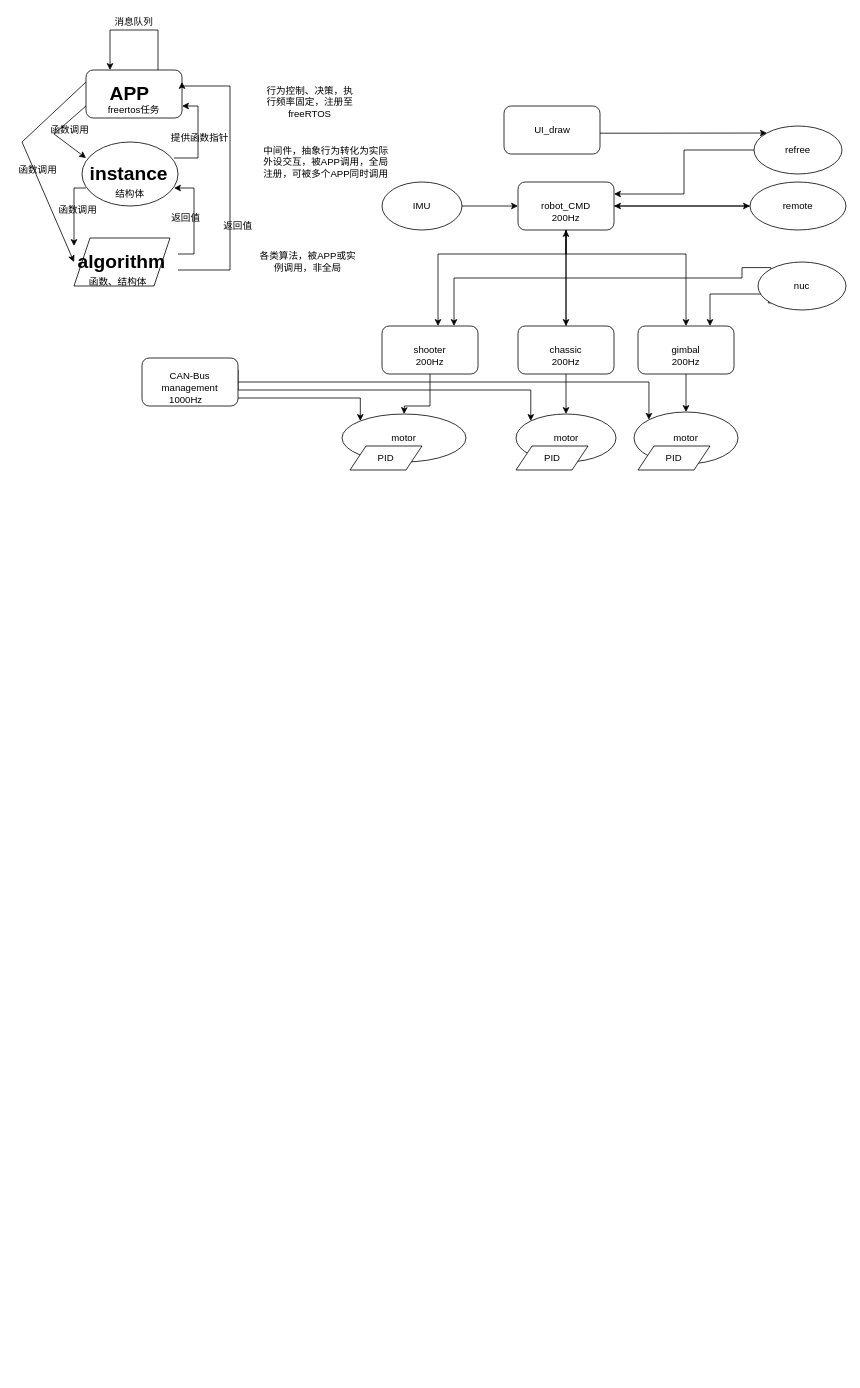
This is 电控程序结构.drawio from ssss-Minami/Learn, a draw.io file, before an edit. Source tidied: cells renumbered, new cells numbered last; positions are measured from the earlier drawing's top-left corner, leaving out a move shared by most shapes. Both pictures are drawn from the tidied source at 80%, with x=0, y=0 at pixel (14, 14).
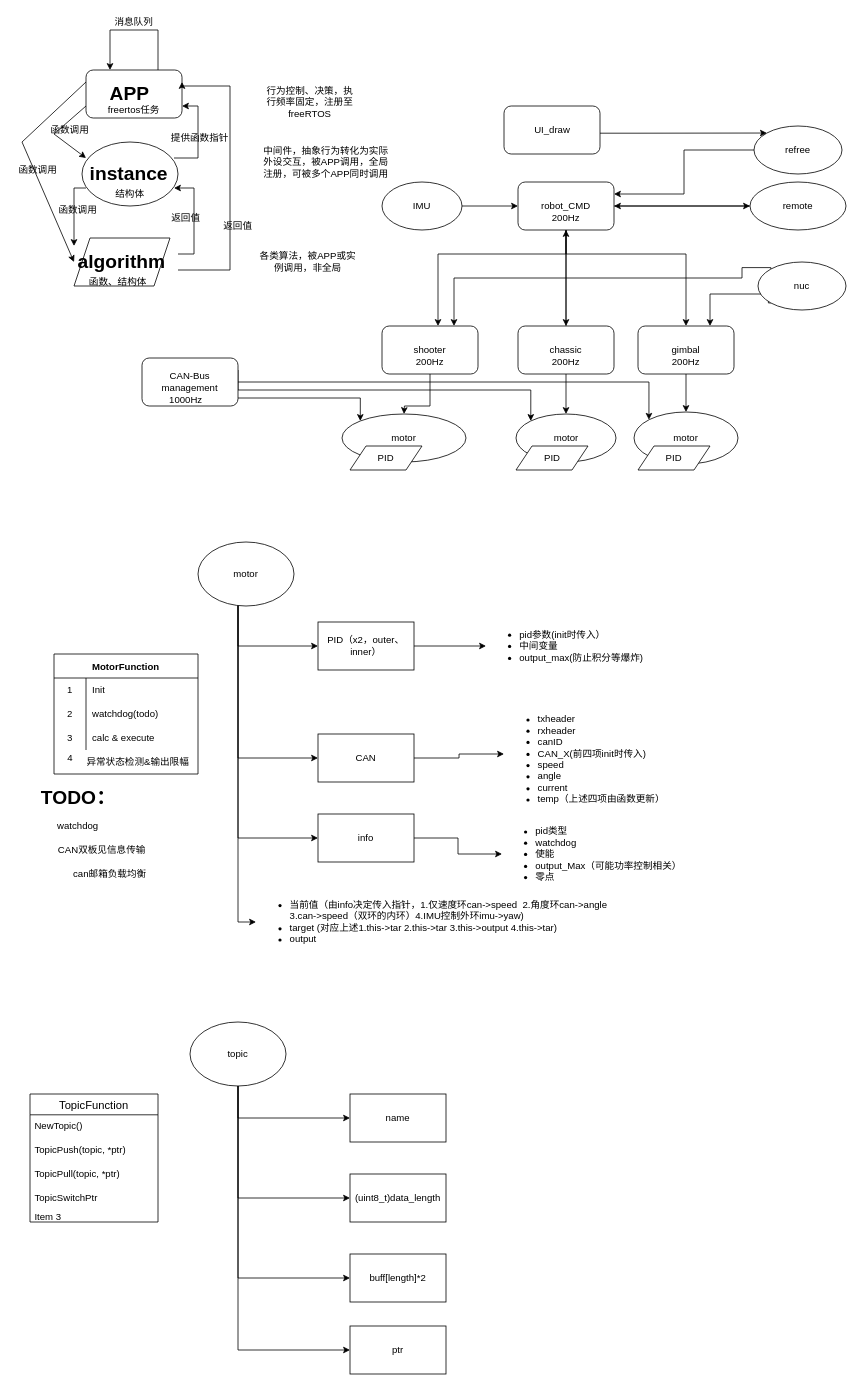
The same page after the edit.

What changed in the source:
```diff
@@
+    <mxCell id="66" style="edgeStyle=orthogonalEdgeStyle;rounded=0;jettySize=auto;html=1;entryX=0;entryY=0.5;entryDx=0;entryDy=0;" parent="1" edge="1" source="70" target="72">
+      <mxGeometry relative="1" as="geometry">
+        <Array as="points">
+          <mxPoint x="280" y="790" />
+        </Array>
+      </mxGeometry>
+    </mxCell>
+    <mxCell id="67" style="edgeStyle=orthogonalEdgeStyle;rounded=0;jettySize=auto;html=1;entryX=0;entryY=0.5;entryDx=0;entryDy=0;" parent="1" edge="1" source="70" target="74">
+      <mxGeometry relative="1" as="geometry">
+        <Array as="points">
+          <mxPoint x="280" y="930" />
+        </Array>
+      </mxGeometry>
+    </mxCell>
+    <mxCell id="68" style="edgeStyle=orthogonalEdgeStyle;rounded=0;jettySize=auto;html=1;entryX=0;entryY=0.5;entryDx=0;entryDy=0;" parent="1" edge="1" source="70" target="76">
+      <mxGeometry relative="1" as="geometry">
+        <Array as="points">
+          <mxPoint x="280" y="1030" />
+        </Array>
+      </mxGeometry>
+    </mxCell>
+    <mxCell id="69" style="edgeStyle=orthogonalEdgeStyle;rounded=0;jettySize=auto;html=1;entryX=0;entryY=0.5;entryDx=0;entryDy=0;" parent="1" edge="1" source="70" target="80">
+      <mxGeometry relative="1" as="geometry">
+        <Array as="points">
+          <mxPoint x="280" y="1135" />
+        </Array>
+      </mxGeometry>
+    </mxCell>
+    <mxCell id="70" value="motor" style="ellipse;whiteSpace=wrap;html=1;" parent="1" vertex="1">
+      <mxGeometry x="230" y="660" width="120" height="80" as="geometry" />
+    </mxCell>
+    <mxCell id="71" style="edgeStyle=orthogonalEdgeStyle;rounded=0;jettySize=auto;html=1;" parent="1" edge="1" source="72" target="77">
+      <mxGeometry relative="1" as="geometry" />
+    </mxCell>
+    <mxCell id="72" value="PID（x2，outer、inner）" style="rounded=0;whiteSpace=wrap;html=1;" parent="1" vertex="1">
+      <mxGeometry x="380" y="760" width="120" height="60" as="geometry" />
+    </mxCell>
+    <mxCell id="73" style="edgeStyle=orthogonalEdgeStyle;rounded=0;jettySize=auto;html=1;" parent="1" edge="1" source="74" target="78">
+      <mxGeometry relative="1" as="geometry" />
+    </mxCell>
+    <mxCell id="74" value="CAN" style="rounded=0;whiteSpace=wrap;html=1;" parent="1" vertex="1">
+      <mxGeometry x="380" y="900" width="120" height="60" as="geometry" />
+    </mxCell>
+    <mxCell id="75" style="edgeStyle=orthogonalEdgeStyle;rounded=0;jettySize=auto;html=1;" parent="1" edge="1" source="76" target="79">
+      <mxGeometry relative="1" as="geometry" />
+    </mxCell>
+    <mxCell id="76" value="info" style="rounded=0;whiteSpace=wrap;html=1;" parent="1" vertex="1">
+      <mxGeometry x="380" y="1000" width="120" height="60" as="geometry" />
+    </mxCell>
+    <mxCell id="77" value="&lt;ul&gt;&lt;li&gt;pid参数(init时传入）&lt;/li&gt;&lt;li&gt;中间变量&lt;/li&gt;&lt;li&gt;output_max(防止积分等爆炸)&lt;/li&gt;&lt;/ul&gt;" style="text;strokeColor=none;fillColor=none;html=1;whiteSpace=wrap;verticalAlign=middle;overflow=hidden;" parent="1" vertex="1">
+      <mxGeometry x="590" y="735" width="380" height="110" as="geometry" />
+    </mxCell>
+    <mxCell id="78" value="&lt;ul&gt;&lt;li&gt;txheader&lt;/li&gt;&lt;li&gt;rxheader&lt;/li&gt;&lt;li&gt;canID&lt;/li&gt;&lt;li&gt;CAN_X(前四项init时传入)&lt;/li&gt;&lt;li&gt;speed&lt;/li&gt;&lt;li&gt;angle&lt;/li&gt;&lt;li&gt;current&lt;/li&gt;&lt;li&gt;temp（上述四项由函数更新）&lt;/li&gt;&lt;/ul&gt;" style="text;strokeColor=none;fillColor=none;html=1;whiteSpace=wrap;verticalAlign=middle;overflow=hidden;" parent="1" vertex="1">
+      <mxGeometry x="612.5" y="860" width="407.5" height="130" as="geometry" />
+    </mxCell>
+    <mxCell id="79" value="&lt;ul&gt;&lt;li&gt;pid类型&lt;/li&gt;&lt;li&gt;watchdog&lt;/li&gt;&lt;li&gt;使能&lt;/li&gt;&lt;li&gt;output_Max（可能功率控制相关）&lt;/li&gt;&lt;li&gt;零点&lt;/li&gt;&lt;/ul&gt;" style="text;strokeColor=none;fillColor=none;html=1;whiteSpace=wrap;verticalAlign=middle;overflow=hidden;" parent="1" vertex="1">
+      <mxGeometry x="610" y="1000" width="410" height="100" as="geometry" />
+    </mxCell>
+    <mxCell id="80" value="&lt;ul&gt;&lt;li&gt;当前值（由info决定传入指针，1.仅速度环can-&amp;gt;speed&amp;nbsp; 2.角度环can-&amp;gt;angle 3.can-&amp;gt;speed（双环的内环）4.IMU控制外环imu-&amp;gt;yaw)&lt;/li&gt;&lt;li&gt;target (对应上述1.this-&amp;gt;tar 2.this-&amp;gt;tar 3.this-&amp;gt;output 4.this-&amp;gt;tar)&lt;/li&gt;&lt;li&gt;output&lt;/li&gt;&lt;/ul&gt;" style="text;strokeColor=none;fillColor=none;html=1;whiteSpace=wrap;verticalAlign=middle;overflow=hidden;" parent="1" vertex="1">
+      <mxGeometry x="302.5" y="1080" width="450" height="110" as="geometry" />
+    </mxCell>
+    <mxCell id="81" value="MotorFunction" style="shape=table;startSize=30;childLayout=tableLayout;rowLines=0;fontStyle=1;" parent="1" vertex="1">
+      <mxGeometry x="50" y="800" width="180" height="150" as="geometry" />
+    </mxCell>
+    <mxCell id="82" style="shape=tableRow;horizontal=0;startSize=0;swimlaneHead=0;swimlaneBody=0;top=0;left=0;bottom=0;right=0;fillColor=none;" parent="81" vertex="1">
+      <mxGeometry y="30" width="180" height="30" as="geometry" />
+    </mxCell>
+    <mxCell id="83" value="1" style="shape=partialRectangle;html=1;whiteSpace=wrap;fillColor=none;top=0;left=0;bottom=0;right=0;overflow=hidden;" parent="82" vertex="1">
+      <mxGeometry width="40" height="30" as="geometry" />
+    </mxCell>
+    <mxCell id="84" value="Init" style="shape=partialRectangle;html=1;whiteSpace=wrap;fillColor=none;top=0;left=0;bottom=0;right=0;align=left;spacingLeft=6;overflow=hidden;" parent="82" vertex="1">
+      <mxGeometry x="40" width="140" height="30" as="geometry" />
+    </mxCell>
+    <mxCell id="85" style="shape=tableRow;horizontal=0;startSize=0;swimlaneHead=0;swimlaneBody=0;top=0;left=0;bottom=0;right=0;fillColor=none;" parent="81" vertex="1">
+      <mxGeometry y="60" width="180" height="30" as="geometry" />
+    </mxCell>
+    <mxCell id="86" value="2" style="shape=partialRectangle;html=1;whiteSpace=wrap;fillColor=none;top=0;left=0;bottom=0;right=0;overflow=hidden;" parent="85" vertex="1">
+      <mxGeometry width="40" height="30" as="geometry" />
+    </mxCell>
+    <mxCell id="87" value="watchdog(todo)" style="shape=partialRectangle;html=1;whiteSpace=wrap;fillColor=none;top=0;left=0;bottom=0;right=0;align=left;spacingLeft=6;overflow=hidden;" parent="85" vertex="1">
+      <mxGeometry x="40" width="140" height="30" as="geometry" />
+    </mxCell>
+    <mxCell id="88" style="shape=tableRow;horizontal=0;startSize=0;swimlaneHead=0;swimlaneBody=0;top=0;left=0;bottom=0;right=0;fillColor=none;" parent="81" vertex="1">
+      <mxGeometry y="90" width="180" height="30" as="geometry" />
+    </mxCell>
+    <mxCell id="89" value="3" style="shape=partialRectangle;html=1;whiteSpace=wrap;fillColor=none;top=0;left=0;bottom=0;right=0;overflow=hidden;" parent="88" vertex="1">
+      <mxGeometry width="40" height="30" as="geometry" />
+    </mxCell>
+    <mxCell id="90" value="calc &amp;amp; execute&lt;br&gt;" style="shape=partialRectangle;html=1;whiteSpace=wrap;fillColor=none;top=0;left=0;bottom=0;right=0;align=left;spacingLeft=6;overflow=hidden;" parent="88" vertex="1">
+      <mxGeometry x="40" width="140" height="30" as="geometry" />
+    </mxCell>
+    <mxCell id="91" value="4" style="text;html=1;align=center;verticalAlign=middle;strokeColor=none;fillColor=none;" parent="1" vertex="1">
+      <mxGeometry x="55" y="915" width="30" height="30" as="geometry" />
+    </mxCell>
+    <mxCell id="92" value="异常状态检测&amp;amp;输出限幅" style="text;html=1;strokeColor=none;fillColor=none;align=center;verticalAlign=middle;whiteSpace=wrap;rounded=0;" parent="1" vertex="1">
+      <mxGeometry x="90" y="920" width="130" height="30" as="geometry" />
+    </mxCell>
+    <mxCell id="93" value="CAN双板见信息传输" style="text;html=1;strokeColor=none;fillColor=none;align=center;verticalAlign=middle;whiteSpace=wrap;rounded=0;" parent="1" vertex="1">
+      <mxGeometry x="35" y="1030" width="150" height="30" as="geometry" />
+    </mxCell>
+    <mxCell id="94" value="TODO：" style="text;strokeColor=none;fillColor=none;html=1;fontSize=24;fontStyle=1;verticalAlign=middle;align=center;" parent="1" vertex="1">
+      <mxGeometry x="30" y="960" width="100" height="40" as="geometry" />
+    </mxCell>
+    <mxCell id="95" value="watchdog" style="text;html=1;strokeColor=none;fillColor=none;align=center;verticalAlign=middle;whiteSpace=wrap;rounded=0;" parent="1" vertex="1">
+      <mxGeometry x="50" y="1000" width="60" height="30" as="geometry" />
+    </mxCell>
+    <mxCell id="96" value="can邮箱负载均衡" style="text;html=1;strokeColor=none;fillColor=none;align=center;verticalAlign=middle;whiteSpace=wrap;rounded=0;" parent="1" vertex="1">
+      <mxGeometry x="50" y="1060" width="140" height="30" as="geometry" />
+    </mxCell>
+    <mxCell id="97" style="edgeStyle=orthogonalEdgeStyle;rounded=0;jettySize=auto;html=1;entryX=0;entryY=0.5;entryDx=0;entryDy=0;" parent="1" edge="1" source="101" target="102">
+      <mxGeometry relative="1" as="geometry">
+        <Array as="points">
+          <mxPoint x="280" y="1380" />
+        </Array>
+      </mxGeometry>
+    </mxCell>
+    <mxCell id="98" style="edgeStyle=orthogonalEdgeStyle;rounded=0;jettySize=auto;html=1;entryX=0;entryY=0.5;entryDx=0;entryDy=0;" parent="1" edge="1" source="101" target="103">
+      <mxGeometry relative="1" as="geometry">
+        <Array as="points">
+          <mxPoint x="280" y="1480" />
+        </Array>
+      </mxGeometry>
+    </mxCell>
+    <mxCell id="99" style="edgeStyle=orthogonalEdgeStyle;rounded=0;jettySize=auto;html=1;entryX=0;entryY=0.5;entryDx=0;entryDy=0;" parent="1" edge="1" source="101" target="104">
+      <mxGeometry relative="1" as="geometry">
+        <Array as="points">
+          <mxPoint x="280" y="1580" />
+        </Array>
+      </mxGeometry>
+    </mxCell>
+    <mxCell id="100" style="edgeStyle=orthogonalEdgeStyle;rounded=0;jettySize=auto;html=1;entryX=0;entryY=0.5;entryDx=0;entryDy=0;" parent="1" edge="1" source="101" target="105">
+      <mxGeometry relative="1" as="geometry">
+        <Array as="points">
+          <mxPoint x="280" y="1670" />
+        </Array>
+      </mxGeometry>
+    </mxCell>
+    <mxCell id="101" value="topic" style="ellipse;whiteSpace=wrap;html=1;" parent="1" vertex="1">
+      <mxGeometry x="220" y="1260" width="120" height="80" as="geometry" />
+    </mxCell>
+    <mxCell id="102" value="name" style="rounded=0;whiteSpace=wrap;html=1;" parent="1" vertex="1">
+      <mxGeometry x="420" y="1350" width="120" height="60" as="geometry" />
+    </mxCell>
+    <mxCell id="103" value="(uint8_t)data_length" style="rounded=0;whiteSpace=wrap;html=1;" parent="1" vertex="1">
+      <mxGeometry x="420" y="1450" width="120" height="60" as="geometry" />
+    </mxCell>
+    <mxCell id="104" value="buff[length]*2" style="rounded=0;whiteSpace=wrap;html=1;" parent="1" vertex="1">
+      <mxGeometry x="420" y="1550" width="120" height="60" as="geometry" />
+    </mxCell>
+    <mxCell id="105" value="ptr" style="rounded=0;whiteSpace=wrap;html=1;" parent="1" vertex="1">
+      <mxGeometry x="420" y="1640" width="120" height="60" as="geometry" />
+    </mxCell>
+    <mxCell id="106" value="TopicFunction" style="swimlane;fontStyle=0;horizontal=1;startSize=26;align=center;fontSize=14;" parent="1" vertex="1">
+      <mxGeometry x="20" y="1350" width="160" height="160" as="geometry" />
+    </mxCell>
+    <mxCell id="107" value="NewTopic()" style="text;strokeColor=none;fillColor=none;spacingLeft=4;spacingRight=4;overflow=hidden;fontSize=12;" parent="106" vertex="1">
+      <mxGeometry y="26" width="160" height="30" as="geometry" />
+    </mxCell>
+    <mxCell id="108" value="TopicPush(topic, *ptr)" style="text;strokeColor=none;fillColor=none;spacingLeft=4;spacingRight=4;overflow=hidden;fontSize=12;" parent="106" vertex="1">
+      <mxGeometry y="56" width="160" height="30" as="geometry" />
+    </mxCell>
+    <mxCell id="109" value="TopicPull(topic, *ptr)" style="text;strokeColor=none;fillColor=none;spacingLeft=4;spacingRight=4;overflow=hidden;fontSize=12;" parent="106" vertex="1">
+      <mxGeometry y="86" width="160" height="74" as="geometry" />
+    </mxCell>
+    <mxCell id="110" value="TopicSwitchPtr" style="text;strokeColor=none;fillColor=none;spacingLeft=4;spacingRight=4;overflow=hidden;fontSize=12;" parent="1" vertex="1">
+      <mxGeometry x="20" y="1466" width="160" height="30" as="geometry" />
+    </mxCell>
+    <mxCell id="111" value="Item 3" style="text;strokeColor=none;fillColor=none;spacingLeft=4;spacingRight=4;overflow=hidden;fontSize=12;" parent="1" vertex="1">
+      <mxGeometry x="20" y="1490" width="160" height="110" as="geometry" />
+    </mxCell>
```
